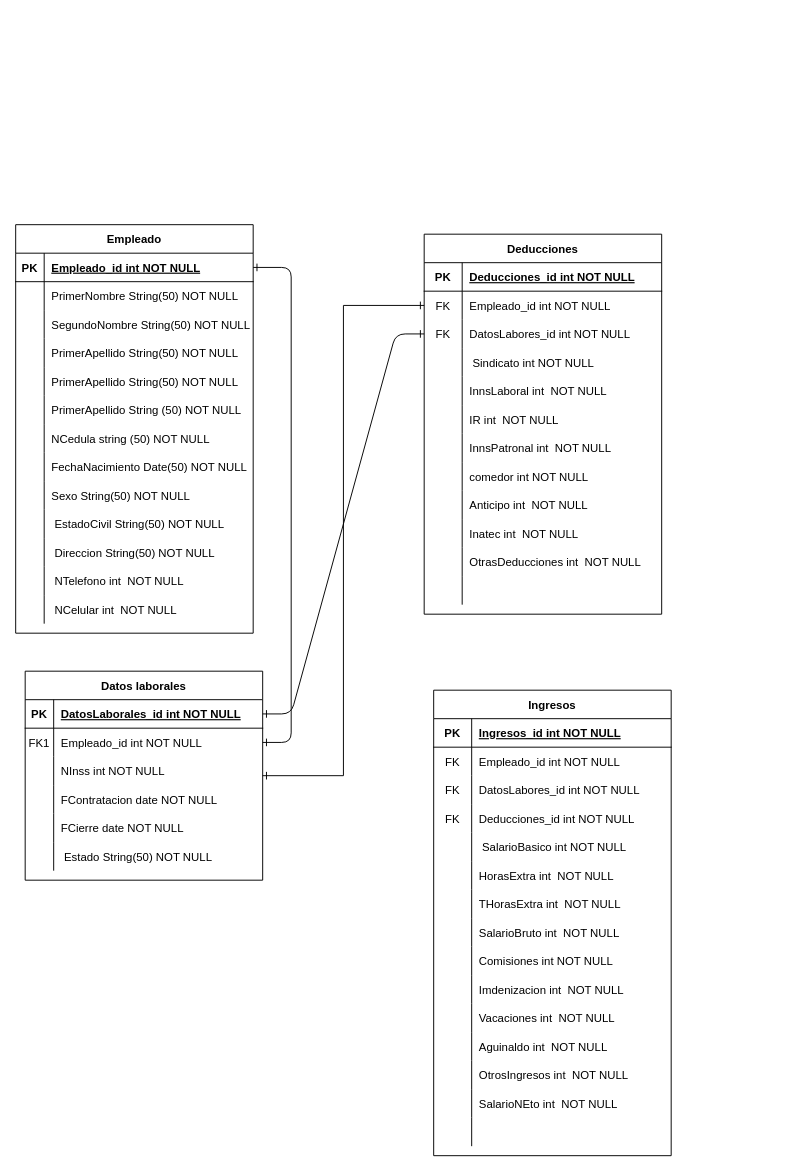
Earlier version of the draw.io diagram Diagrama sin título.drawio (Marlon-urtecho/BDEtityFramework). Source tidied: cells renumbered, new cells numbered last; positions are measured from the earlier drawing's top-left corner, leaving out a move shared by most shapes. Both pictures are drawn from the tidied source at 95%, with x=0, y=0 at pixel (15, 224).
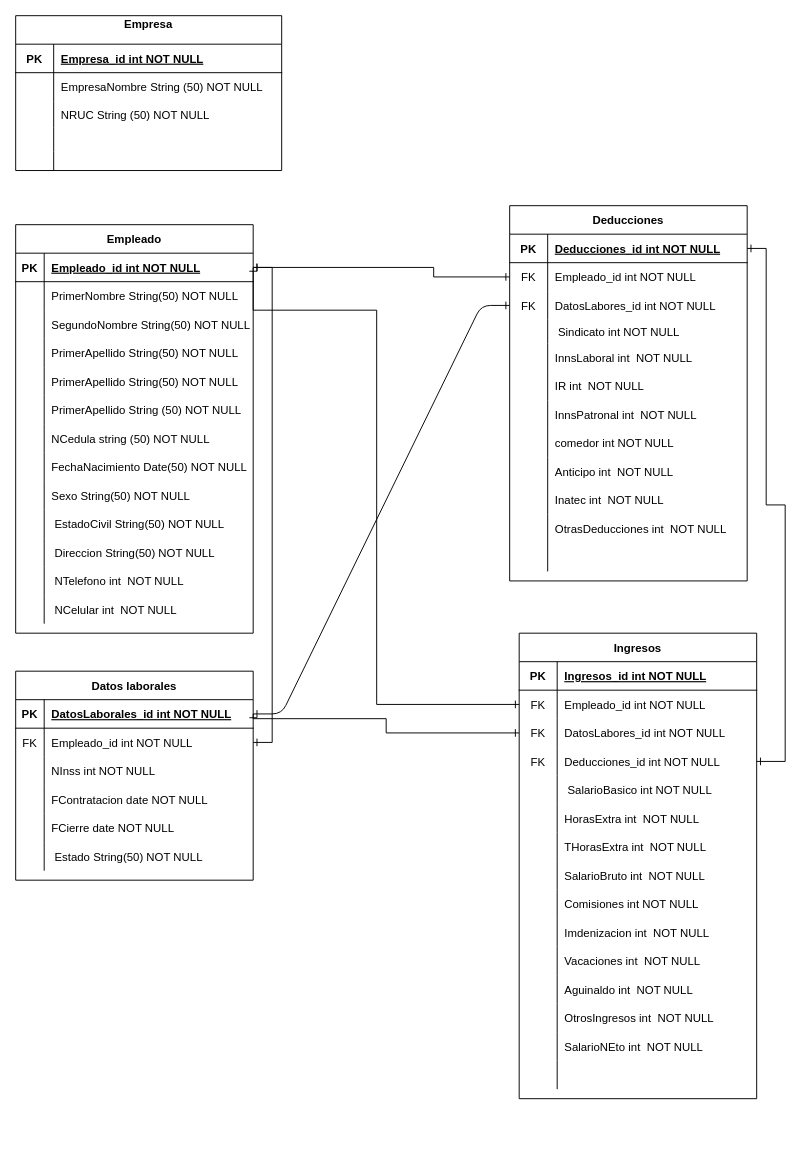
Above is the later version.

The change refers to these unchanged cells:
```xml
<mxCell id="5" style="shape=partialRectangle;fillColor=none;points=[[0,0.5],[1,0.5]];portConstraint=eastwest;top=0;left=0;right=0;bottom=1;" parent="4" vertex="1">
  <mxGeometry y="30" width="250" height="30" as="geometry" />
</mxCell>
<mxCell id="45" style="shape=partialRectangle;fillColor=none;points=[[0,0.5],[1,0.5]];portConstraint=eastwest;top=0;left=0;right=0;bottom=1;" parent="44" vertex="1">
  <mxGeometry y="30" width="250" height="30" as="geometry" />
</mxCell>
<mxCell id="48" style="shape=partialRectangle;fillColor=none;points=[[0,0.5],[1,0.5]];portConstraint=eastwest;top=0;left=0;right=0;bottom=0;" parent="44" vertex="1">
  <mxGeometry y="60" width="250" height="30" as="geometry" />
</mxCell>
<mxCell id="51" style="shape=partialRectangle;fillColor=none;points=[[0,0.5],[1,0.5]];portConstraint=eastwest;top=0;left=0;right=0;bottom=0;" parent="44" vertex="1">
  <mxGeometry y="90" width="250" height="30" as="geometry" />
</mxCell>
<mxCell id="83" style="shape=partialRectangle;fillColor=none;points=[[0,0.5],[1,0.5]];portConstraint=eastwest;top=0;left=0;right=0;bottom=1;" parent="82" vertex="1">
  <mxGeometry y="30" width="250" height="30" as="geometry" />
</mxCell>
<mxCell id="86" style="shape=partialRectangle;fillColor=none;points=[[0,0.5],[1,0.5]];portConstraint=eastwest;top=0;left=0;right=0;bottom=0;" parent="82" vertex="1">
  <mxGeometry y="60" width="250" height="30" as="geometry" />
</mxCell>
<mxCell id="105" style="shape=partialRectangle;fillColor=none;points=[[0,0.5],[1,0.5]];portConstraint=eastwest;top=0;left=0;right=0;bottom=0;" parent="101" vertex="1">
  <mxGeometry y="60" width="250" height="30" as="geometry" />
</mxCell>
<mxCell id="108" style="shape=partialRectangle;fillColor=none;points=[[0,0.5],[1,0.5]];portConstraint=eastwest;top=0;left=0;right=0;bottom=0;" parent="101" vertex="1">
  <mxGeometry y="90" width="250" height="30" as="geometry" />
</mxCell>
<mxCell id="111" style="shape=partialRectangle;fillColor=none;points=[[0,0.5],[1,0.5]];portConstraint=eastwest;top=0;left=0;right=0;bottom=0;" parent="101" vertex="1">
  <mxGeometry y="120" width="250" height="30" as="geometry" />
</mxCell>
```

Diff of the diagram source:
```diff
@@
-    <mxCell id="2" style="edgeStyle=entityRelationEdgeStyle;endArrow=ERone;startArrow=ERone;endFill=0;startFill=0;exitX=1;exitY=0.5;exitDx=0;exitDy=0;" parent="1" edge="1" source="5" target="86">
-      <mxGeometry relative="1" as="geometry">
-        <Array as="points">
-          <mxPoint x="410" y="150" />
-          <mxPoint x="410" y="200" />
-        </Array>
-      </mxGeometry>
-    </mxCell>
-    <mxCell id="3" style="edgeStyle=entityRelationEdgeStyle;endArrow=ERone;startArrow=ERone;endFill=0;startFill=0;" parent="1" edge="1" source="83" target="51">
+    <mxCell id="3" style="edgeStyle=entityRelationEdgeStyle;endArrow=ERone;startArrow=ERone;endFill=0;startFill=0;exitX=1;exitY=0.5;exitDx=0;exitDy=0;" parent="1" edge="1" source="83" target="51">
       <mxGeometry relative="1" as="geometry">
         <Array as="points">
-          <mxPoint x="440" y="235" />
-          <mxPoint x="460" y="235" />
+          <mxPoint x="490" y="240" />
+          <mxPoint x="510" y="240" />
         </Array>
       </mxGeometry>
     </mxCell>
@@
     <mxCell id="44" value="Deducciones" style="shape=table;startSize=30;childLayout=tableLayout;rowLines=0;fontStyle=1;align=center;" parent="1" vertex="1">
-      <mxGeometry x="430" y="10" width="250" height="400" as="geometry" />
+      <mxGeometry x="520" y="-20" width="250" height="395" as="geometry" />
     </mxCell>
@@
     <mxCell id="54" style="shape=partialRectangle;fillColor=none;top=0;left=0;right=0;bottom=0;" parent="44" vertex="1">
-      <mxGeometry y="120" width="250" height="30" as="geometry" />
+      <mxGeometry y="120" width="250" height="25" as="geometry" />
     </mxCell>
     <mxCell id="55" style="shape=partialRectangle;overflow=hidden;fillColor=none;top=0;left=0;bottom=0;right=0;" parent="54" vertex="1">
-      <mxGeometry width="40" height="30" as="geometry" />
+      <mxGeometry width="40" height="25" as="geometry" />
     </mxCell>
     <mxCell id="56" value=" Sindicato int NOT NULL" style="shape=partialRectangle;overflow=hidden;fillColor=none;top=0;left=0;bottom=0;right=0;align=left;spacingLeft=6;" parent="54" vertex="1">
-      <mxGeometry x="40" width="210" height="30" as="geometry" />
+      <mxGeometry x="40" width="210" height="25" as="geometry" />
     </mxCell>
     <mxCell id="57" style="shape=partialRectangle;fillColor=none;top=0;left=0;right=0;bottom=0;" parent="44" vertex="1">
-      <mxGeometry y="150" width="250" height="30" as="geometry" />
+      <mxGeometry y="145" width="250" height="30" as="geometry" />
     </mxCell>
@@
     <mxCell id="60" style="shape=partialRectangle;fillColor=none;top=0;left=0;right=0;bottom=0;" parent="44" vertex="1">
-      <mxGeometry y="180" width="250" height="30" as="geometry" />
+      <mxGeometry y="175" width="250" height="30" as="geometry" />
     </mxCell>
@@
     <mxCell id="63" style="shape=partialRectangle;fillColor=none;top=0;left=0;right=0;bottom=0;" parent="44" vertex="1">
-      <mxGeometry y="210" width="250" height="30" as="geometry" />
+      <mxGeometry y="205" width="250" height="30" as="geometry" />
     </mxCell>
@@
     <mxCell id="66" style="shape=partialRectangle;fillColor=none;top=0;left=0;right=0;bottom=0;" parent="44" vertex="1">
-      <mxGeometry y="240" width="250" height="30" as="geometry" />
+      <mxGeometry y="235" width="250" height="30" as="geometry" />
     </mxCell>
@@
     <mxCell id="69" style="shape=partialRectangle;fillColor=none;top=0;left=0;right=0;bottom=0;" parent="44" vertex="1">
-      <mxGeometry y="270" width="250" height="30" as="geometry" />
+      <mxGeometry y="265" width="250" height="30" as="geometry" />
     </mxCell>
@@
     <mxCell id="72" style="shape=partialRectangle;fillColor=none;top=0;left=0;right=0;bottom=0;" parent="44" vertex="1">
-      <mxGeometry y="300" width="250" height="30" as="geometry" />
+      <mxGeometry y="295" width="250" height="30" as="geometry" />
     </mxCell>
@@
     <mxCell id="75" style="shape=partialRectangle;fillColor=none;top=0;left=0;right=0;bottom=0;" parent="44" vertex="1">
-      <mxGeometry y="330" width="250" height="30" as="geometry" />
+      <mxGeometry y="325" width="250" height="30" as="geometry" />
     </mxCell>
@@
     <mxCell id="78" style="shape=partialRectangle;fillColor=none;top=0;left=0;right=0;bottom=0;" parent="44" vertex="1">
-      <mxGeometry y="360" width="250" height="30" as="geometry" />
+      <mxGeometry y="355" width="250" height="30" as="geometry" />
     </mxCell>
@@
-    <mxCell id="81" style="edgeStyle=orthogonalEdgeStyle;rounded=0;jettySize=auto;html=1;exitX=1;exitY=0.5;exitDx=0;exitDy=0;endArrow=ERone;endFill=0;startArrow=ERone;startFill=0;" parent="1" edge="1" source="82" target="48">
-      <mxGeometry relative="1" as="geometry" />
-    </mxCell>
     <mxCell id="82" value="Datos laborales" style="shape=table;startSize=30;childLayout=tableLayout;rowLines=0;fontStyle=1;align=center;" parent="1" vertex="1">
-      <mxGeometry x="10" y="470" width="250" height="220" as="geometry" />
+      <mxGeometry y="470" width="250" height="220" as="geometry" />
     </mxCell>
@@
-    <mxCell id="87" value="FK1" style="shape=partialRectangle;overflow=hidden;fillColor=none;top=0;left=0;bottom=0;right=0;" parent="86" vertex="1">
+    <mxCell id="87" value="FK" style="shape=partialRectangle;overflow=hidden;fillColor=none;top=0;left=0;bottom=0;right=0;" parent="86" vertex="1">
       <mxGeometry width="30" height="30" as="geometry" />
     </mxCell>
@@
     <mxCell id="101" value="Ingresos" style="shape=table;startSize=30;childLayout=tableLayout;rowLines=0;fontStyle=1;align=center;" parent="1" vertex="1">
-      <mxGeometry x="440" y="490" width="250" height="490" as="geometry" />
+      <mxGeometry x="530" y="430" width="250" height="490" as="geometry" />
     </mxCell>
@@
+    <mxCell id="147" style="edgeStyle=orthogonalEdgeStyle;rounded=0;jettySize=auto;html=1;exitX=1;exitY=0.5;exitDx=0;exitDy=0;entryX=0;entryY=0.5;entryDx=0;entryDy=0;startArrow=ERone;startFill=0;endArrow=ERone;endFill=0;" parent="1" edge="1" source="5" target="48">
+      <mxGeometry relative="1" as="geometry">
+        <Array as="points">
+          <mxPoint x="440" y="45" />
+          <mxPoint x="440" y="55" />
+        </Array>
+      </mxGeometry>
+    </mxCell>
+    <mxCell id="2" style="edgeStyle=orthogonalEdgeStyle;rounded=0;jettySize=auto;html=1;exitX=1;exitY=0.5;exitDx=0;exitDy=0;startArrow=ERone;startFill=0;endArrow=ERone;endFill=0;" parent="1" edge="1" source="5" target="86">
+      <mxGeometry relative="1" as="geometry" />
+    </mxCell>
+    <mxCell id="148" style="edgeStyle=orthogonalEdgeStyle;rounded=0;jettySize=auto;html=1;exitX=1;exitY=0.5;exitDx=0;exitDy=0;endArrow=ERone;endFill=0;startArrow=ERone;startFill=0;" parent="1" edge="1" source="45" target="111">
+      <mxGeometry relative="1" as="geometry">
+        <Array as="points">
+          <mxPoint x="790" y="25" />
+          <mxPoint x="790" y="295" />
+          <mxPoint x="810" y="295" />
+          <mxPoint x="810" y="565" />
+        </Array>
+      </mxGeometry>
+    </mxCell>
+    <mxCell id="149" style="edgeStyle=orthogonalEdgeStyle;rounded=0;jettySize=auto;html=1;exitX=1;exitY=0.5;exitDx=0;exitDy=0;startArrow=ERone;startFill=0;endArrow=ERone;endFill=0;" parent="1" edge="1" source="5" target="105">
+      <mxGeometry relative="1" as="geometry">
+        <Array as="points">
+          <mxPoint x="250" y="90" />
+          <mxPoint x="380" y="90" />
+          <mxPoint x="380" y="505" />
+        </Array>
+      </mxGeometry>
+    </mxCell>
+    <mxCell id="150" style="edgeStyle=orthogonalEdgeStyle;rounded=0;jettySize=auto;html=1;exitX=1;exitY=0.5;exitDx=0;exitDy=0;endArrow=ERone;endFill=0;startArrow=ERone;startFill=0;" parent="1" edge="1" source="83" target="108">
+      <mxGeometry relative="1" as="geometry">
+        <Array as="points">
+          <mxPoint x="250" y="520" />
+          <mxPoint x="390" y="520" />
+          <mxPoint x="390" y="535" />
+        </Array>
+      </mxGeometry>
+    </mxCell>
+    <mxCell id="151" value="Empresa&#10;" style="shape=table;startSize=30;childLayout=tableLayout;rowLines=0;fontStyle=1;align=center;" parent="1" vertex="1">
+      <mxGeometry y="-220" width="280" height="163" as="geometry" />
+    </mxCell>
+    <mxCell id="152" style="shape=partialRectangle;fillColor=none;top=0;left=0;right=0;bottom=1;" parent="151" vertex="1">
+      <mxGeometry y="30" width="280" height="30" as="geometry" />
+    </mxCell>
+    <mxCell id="153" value="PK" style="shape=partialRectangle;overflow=hidden;fillColor=none;top=0;left=0;bottom=0;right=0;fontStyle=1;" parent="152" vertex="1">
+      <mxGeometry width="40" height="30" as="geometry" />
+    </mxCell>
+    <mxCell id="154" value="Empresa_id int NOT NULL " style="shape=partialRectangle;overflow=hidden;fillColor=none;top=0;left=0;bottom=0;right=0;align=left;spacingLeft=6;fontStyle=5;" parent="152" vertex="1">
+      <mxGeometry x="40" width="240" height="30" as="geometry" />
+    </mxCell>
+    <mxCell id="155" style="shape=partialRectangle;fillColor=none;top=0;left=0;right=0;bottom=0;" parent="151" vertex="1">
+      <mxGeometry y="60" width="280" height="30" as="geometry" />
+    </mxCell>
+    <mxCell id="156" style="shape=partialRectangle;overflow=hidden;fillColor=none;top=0;left=0;bottom=0;right=0;" parent="155" vertex="1">
+      <mxGeometry width="40" height="30" as="geometry" />
+    </mxCell>
+    <mxCell id="157" value="EmpresaNombre String (50) NOT NULL" style="shape=partialRectangle;overflow=hidden;fillColor=none;top=0;left=0;bottom=0;right=0;align=left;spacingLeft=6;" parent="155" vertex="1">
+      <mxGeometry x="40" width="240" height="30" as="geometry" />
+    </mxCell>
+    <mxCell id="158" style="shape=partialRectangle;fillColor=none;top=0;left=0;right=0;bottom=0;" parent="151" vertex="1">
+      <mxGeometry y="90" width="280" height="28" as="geometry" />
+    </mxCell>
+    <mxCell id="159" style="shape=partialRectangle;overflow=hidden;fillColor=none;top=0;left=0;bottom=0;right=0;" parent="158" vertex="1">
+      <mxGeometry width="40" height="28" as="geometry" />
+    </mxCell>
+    <mxCell id="160" value="NRUC String (50) NOT NULL" style="shape=partialRectangle;overflow=hidden;fillColor=none;top=0;left=0;bottom=0;right=0;align=left;spacingLeft=6;" parent="158" vertex="1">
+      <mxGeometry x="40" width="240" height="28" as="geometry" />
+    </mxCell>
+    <mxCell id="161" style="shape=partialRectangle;fillColor=none;top=0;left=0;right=0;bottom=0;" parent="151" vertex="1">
+      <mxGeometry y="118" width="280" height="25" as="geometry" />
+    </mxCell>
+    <mxCell id="162" style="shape=partialRectangle;overflow=hidden;fillColor=none;top=0;left=0;bottom=0;right=0;" parent="161" vertex="1">
+      <mxGeometry width="40" height="25" as="geometry" />
+    </mxCell>
+    <mxCell id="163" style="shape=partialRectangle;overflow=hidden;fillColor=none;top=0;left=0;bottom=0;right=0;align=left;spacingLeft=6;" parent="161" vertex="1">
+      <mxGeometry x="40" width="240" height="25" as="geometry" />
+    </mxCell>
+    <mxCell id="164" style="shape=partialRectangle;fillColor=none;top=0;left=0;right=0;bottom=0;" parent="151" vertex="1">
+      <mxGeometry y="143" width="280" height="20" as="geometry" />
+    </mxCell>
+    <mxCell id="165" style="shape=partialRectangle;overflow=hidden;fillColor=none;top=0;left=0;bottom=0;right=0;" parent="164" vertex="1">
+      <mxGeometry width="40" height="20" as="geometry" />
+    </mxCell>
+    <mxCell id="166" style="shape=partialRectangle;overflow=hidden;fillColor=none;top=0;left=0;bottom=0;right=0;align=left;spacingLeft=6;" parent="164" vertex="1">
+      <mxGeometry x="40" width="240" height="20" as="geometry" />
+    </mxCell>
```
